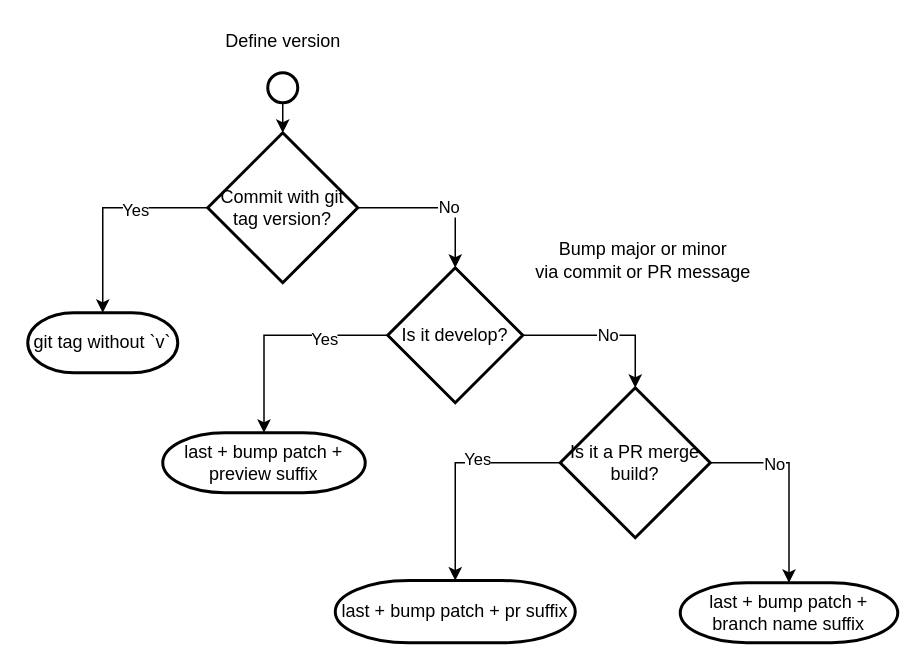
pleonex/PleOps.Cake keeps this draw.io diagram as page "version_definition" (3 of 3) of docs/guides/spec/Release process.drawio. Above is the earlier version. Source tidied: cells renumbered, new cells numbered last; positions are measured from the earlier drawing's top-left corner, leaving out a move shared by most shapes. Both pictures are drawn from the tidied source at 150%, with x=0, y=0 at pixel (27, 26).
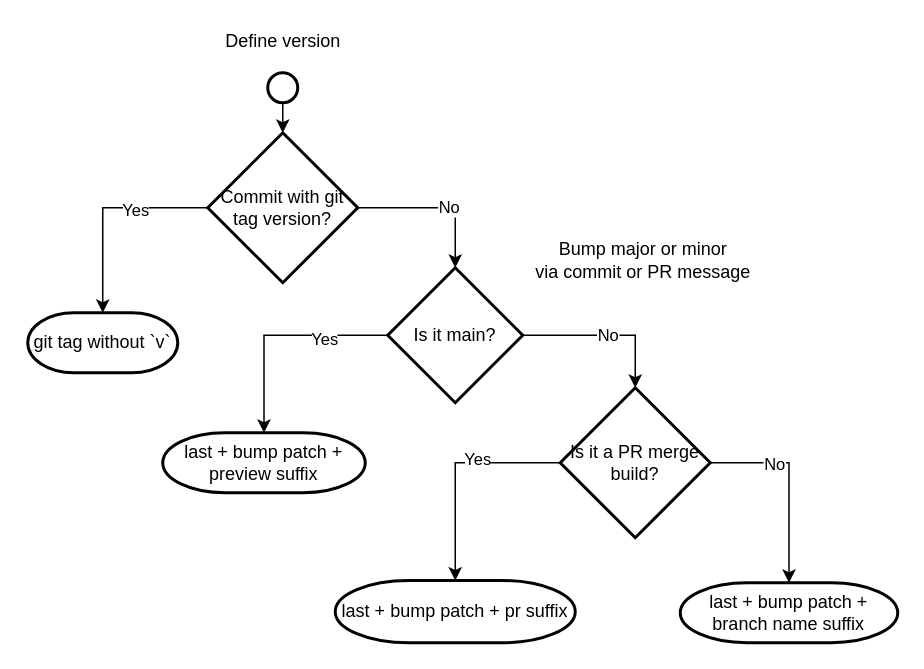
The same diagram, later.

Commit message (it also covers changes not shown here):
:sparkles: Migrate develop to standard main

Diff of the diagram source:
```diff
@@
-    <mxCell id="12" value="Is it develop?" style="strokeWidth=2;html=1;shape=mxgraph.flowchart.decision;whiteSpace=wrap;" parent="1" vertex="1">
+    <mxCell id="12" value="Is it main?" style="strokeWidth=2;html=1;shape=mxgraph.flowchart.decision;whiteSpace=wrap;" parent="1" vertex="1">
       <mxGeometry x="240" y="161" width="90" height="90" as="geometry" />
     </mxCell>
```
